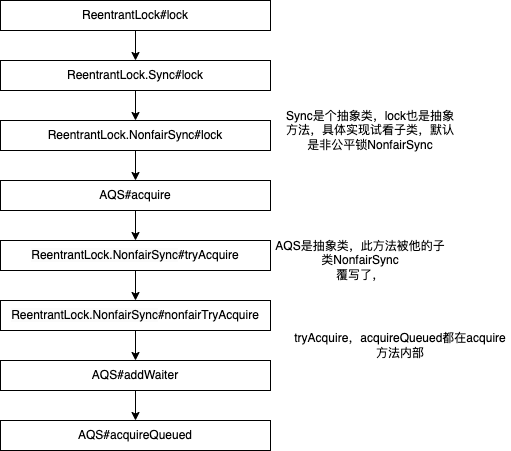
zhaole0606/pic keeps this draw.io diagram as ReentrantLock1.png. Above is the earlier version. Source tidied: cells renumbered, new cells last; positions are measured from the earlier drawing's top-left corner, leaving out a move shared by most shapes.
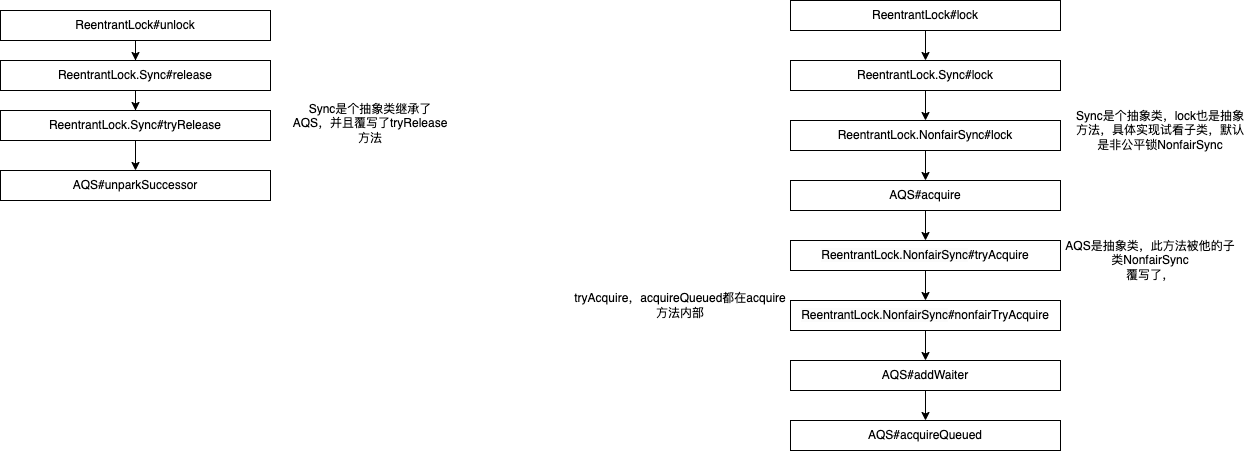
The same diagram one commit later.

The edit, as a diff of the source:
```diff
@@ -59,7 +59,31 @@
       <mxGeometry y="420" width="270" height="30" as="geometry" />
     </mxCell>
     <mxCell id="20" value="tryAcquire，acquireQueued都在acquire方法内部" style="text;html=1;strokeColor=none;fillColor=none;align=center;verticalAlign=middle;whiteSpace=wrap;rounded=0;" parent="1" vertex="1">
-      <mxGeometry x="290" y="320" width="220" height="50" as="geometry" />
+      <mxGeometry x="-220" y="280" width="220" height="50" as="geometry" />
     </mxCell>
+    <mxCell id="21" style="edgeStyle=orthogonalEdgeStyle;rounded=0;jettySize=auto;html=1;" parent="1" edge="1" source="22" target="24">
+      <mxGeometry relative="1" as="geometry" />
+    </mxCell>
+    <mxCell id="22" value="ReentrantLock#unlock" style="rounded=0;whiteSpace=wrap;html=1;" parent="1" vertex="1">
+      <mxGeometry x="-790" y="10" width="270" height="30" as="geometry" />
+    </mxCell>
+    <mxCell id="23" style="edgeStyle=orthogonalEdgeStyle;rounded=0;jettySize=auto;html=1;" parent="1" edge="1" source="24" target="26">
+      <mxGeometry relative="1" as="geometry" />
+    </mxCell>
+    <mxCell id="24" value="ReentrantLock.Sync#release" style="rounded=0;whiteSpace=wrap;html=1;" parent="1" vertex="1">
+      <mxGeometry x="-790" y="60" width="270" height="30" as="geometry" />
+    </mxCell>
+    <mxCell id="25" style="edgeStyle=orthogonalEdgeStyle;rounded=0;jettySize=auto;html=1;" parent="1" edge="1" source="26" target="27">
+      <mxGeometry relative="1" as="geometry" />
+    </mxCell>
+    <mxCell id="26" value="ReentrantLock.Sync#tryRelease" style="rounded=0;whiteSpace=wrap;html=1;" parent="1" vertex="1">
+      <mxGeometry x="-790" y="110" width="270" height="30" as="geometry" />
+    </mxCell>
+    <mxCell id="27" value="AQS#unparkSuccessor" style="rounded=0;whiteSpace=wrap;html=1;" parent="1" vertex="1">
+      <mxGeometry x="-790" y="170" width="270" height="30" as="geometry" />
+    </mxCell>
+    <mxCell id="28" value="Sync是个抽象类继承了AQS，并且覆写了tryRelease方法" style="text;html=1;strokeColor=none;fillColor=none;align=center;verticalAlign=middle;whiteSpace=wrap;rounded=0;" parent="1" vertex="1">
+      <mxGeometry x="-500" y="105" width="160" height="35" as="geometry" />
+    </mxCell>
   </root>
 </mxGraphModel>
```
